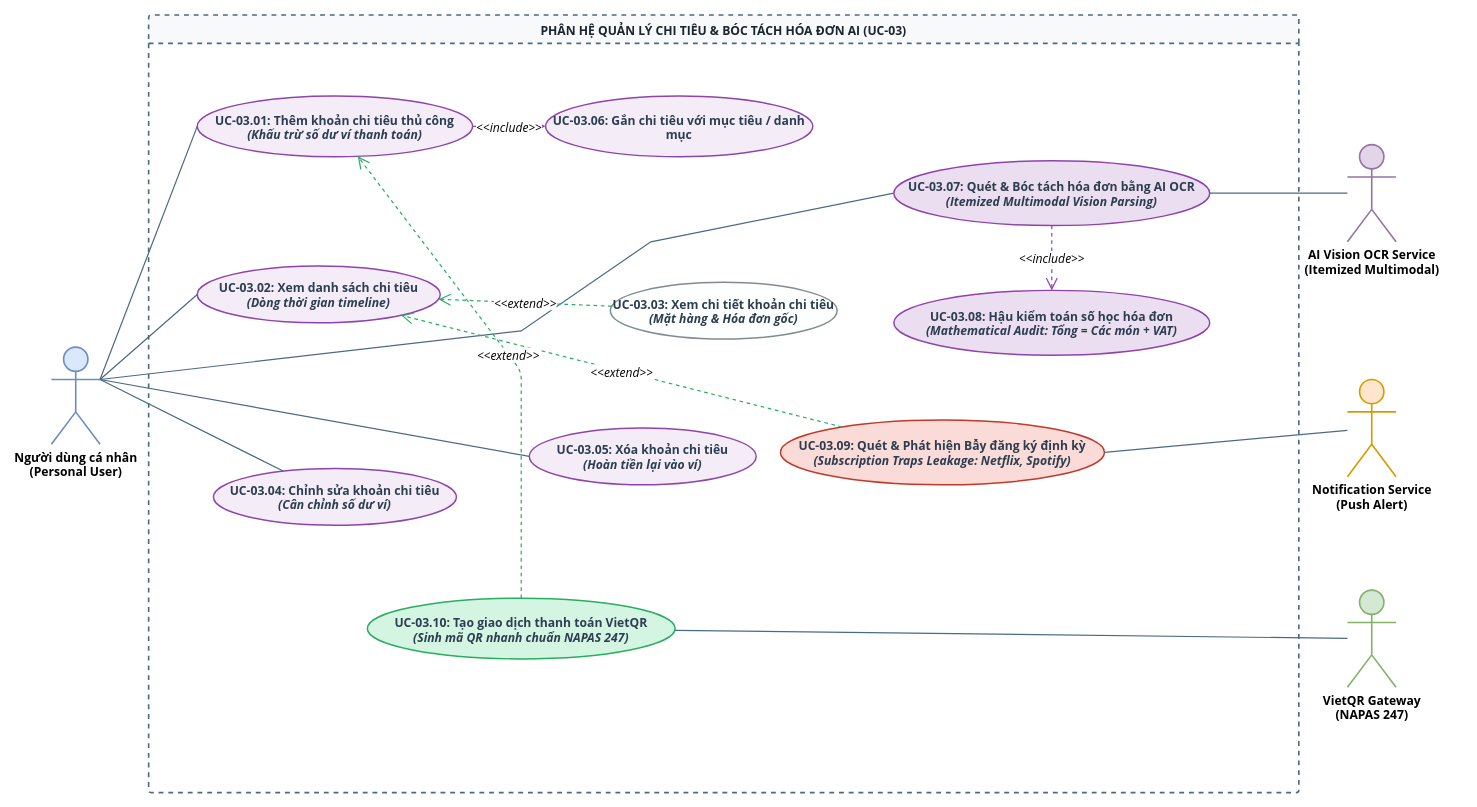
Above: page "UCD 03 - Chi Tiêu & OCR" (4 of 10) of files/UCD-DuoNoPro.drawio in Datgh37/analyze-system-subject (draw.io), before the change. Source tidied: cells renumbered, new cells numbered last; positions are measured from the earlier drawing's top-left corner, leaving out a move shared by most shapes. Both pictures are drawn from the tidied source at 81%, with x=0, y=0 at pixel (51, 15).
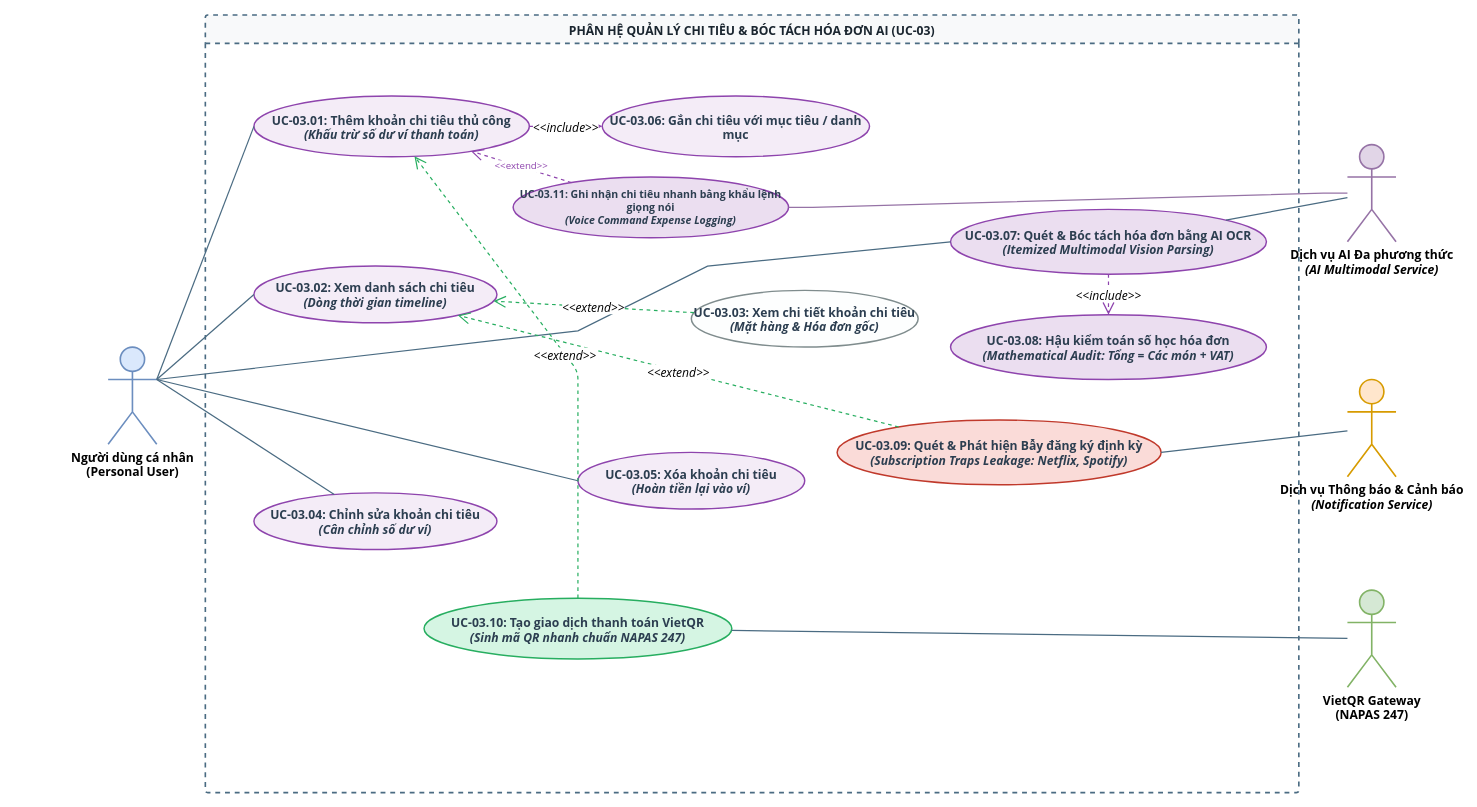
The same page after the edit.

The change refers to these unchanged cells:
```xml
<mxCell id="7" value="&lt;b&gt;UC-03.01:&lt;/b&gt; Thêm khoản chi tiêu thủ công&lt;br&gt;&lt;i&gt;(Khấu trừ số dư ví thanh toán)&lt;/i&gt;" style="ellipse;whiteSpace=wrap;html=1;fillColor=#f4ecf7;strokeColor=#8e44ad;strokeWidth=1.8;fontFamily=Segoe UI, Arial, sans-serif;fontSize=15;fontStyle=1;fontColor=#2c3e50;" parent="6" vertex="1">
  <mxGeometry x="60" y="100" width="340" height="75" as="geometry" />
</mxCell>
<mxCell id="16" value="&lt;b&gt;UC-03.10:&lt;/b&gt; Tạo giao dịch thanh toán VietQR&lt;br&gt;&lt;i&gt;(Sinh mã QR nhanh chuẩn NAPAS 247)&lt;/i&gt;" style="ellipse;whiteSpace=wrap;html=1;fillColor=#d5f5e3;strokeColor=#27ae60;strokeWidth=1.8;fontFamily=Segoe UI, Arial, sans-serif;fontSize=15;fontStyle=1;fontColor=#2c3e50;" parent="6" vertex="1">
  <mxGeometry x="270" y="720" width="380" height="75" as="geometry" />
</mxCell>
```

What changed in the source:
```diff
@@
     <mxCell id="2" value="&lt;b&gt;Người dùng cá nhân&lt;/b&gt;&lt;br&gt;(Personal User)" style="shape=umlActor;verticalLabelPosition=bottom;verticalAlign=top;html=1;outlineConnect=0;fillColor=#dae8fc;strokeColor=#6c8ebf;strokeWidth=2;fontFamily=Segoe UI, Arial, sans-serif;fontSize=15;fontStyle=1;" parent="1" vertex="1">
-      <mxGeometry y="410" width="60" height="120" as="geometry" />
+      <mxGeometry x="70" y="410" width="60" height="120" as="geometry" />
     </mxCell>
-    <mxCell id="3" value="&lt;b&gt;AI Vision OCR Service&lt;/b&gt;&lt;br&gt;(Itemized Multimodal)" style="shape=umlActor;verticalLabelPosition=bottom;verticalAlign=top;html=1;outlineConnect=0;fillColor=#e1d5e7;strokeColor=#9673a6;strokeWidth=2;fontFamily=Segoe UI, Arial, sans-serif;fontSize=15;fontStyle=1;" parent="1" vertex="1">
+    <mxCell id="3" value="&lt;b&gt;Dịch vụ AI Đa phương thức&lt;/b&gt;&lt;br&gt;&lt;i&gt;(AI Multimodal Service)&lt;/i&gt;" style="shape=umlActor;verticalLabelPosition=bottom;verticalAlign=top;html=1;outlineConnect=0;fillColor=#e1d5e7;strokeColor=#9673a6;strokeWidth=2;fontFamily=Segoe UI, Arial, sans-serif;fontSize=15;fontStyle=1;" parent="1" vertex="1">
       <mxGeometry x="1600" y="160" width="60" height="120" as="geometry" />
     </mxCell>
-    <mxCell id="4" value="&lt;b&gt;Notification Service&lt;/b&gt;&lt;br&gt;(Push Alert)" style="shape=umlActor;verticalLabelPosition=bottom;verticalAlign=top;html=1;outlineConnect=0;fillColor=#ffe6cc;strokeColor=#d79b00;strokeWidth=2;fontFamily=Segoe UI, Arial, sans-serif;fontSize=15;fontStyle=1;" parent="1" vertex="1">
+    <mxCell id="4" value="&lt;b&gt;Dịch vụ Thông báo &amp;amp; Cảnh báo&lt;/b&gt;&lt;br&gt;&lt;i&gt;(Notification Service)&lt;/i&gt;" style="shape=umlActor;verticalLabelPosition=bottom;verticalAlign=top;html=1;outlineConnect=0;fillColor=#ffe6cc;strokeColor=#d79b00;strokeWidth=2;fontFamily=Segoe UI, Arial, sans-serif;fontSize=15;fontStyle=1;" parent="1" vertex="1">
       <mxGeometry x="1600" y="450" width="60" height="120" as="geometry" />
     </mxCell>
@@
     <mxCell id="6" value="PHÂN HỆ QUẢN LÝ CHI TIÊU &amp;amp; BÓC TÁCH HÓA ĐƠN AI (UC-03)" style="swimlane;whiteSpace=wrap;html=1;rounded=1;arcSize=3;fontFamily=Segoe UI, Arial, sans-serif;fontSize=15;fontStyle=1;startSize=35;fillColor=#f8f9fa;fontColor=#1a252f;strokeColor=#4a6b82;strokeWidth=2;dashed=1;" parent="1" vertex="1">
-      <mxGeometry x="120" width="1420" height="960" as="geometry" />
+      <mxGeometry x="190" width="1350" height="960" as="geometry" />
     </mxCell>
@@
     <mxCell id="9" value="&lt;b&gt;UC-03.07:&lt;/b&gt; Quét &amp;amp; Bóc tách hóa đơn bằng AI OCR&lt;br&gt;&lt;i&gt;(Itemized Multimodal Vision Parsing)&lt;/i&gt;" style="ellipse;whiteSpace=wrap;html=1;fillColor=#ebdef0;strokeColor=#8e44ad;strokeWidth=1.8;fontFamily=Segoe UI, Arial, sans-serif;fontSize=15;fontStyle=1;fontColor=#2c3e50;" parent="6" vertex="1">
-      <mxGeometry x="920" y="180" width="390" height="80" as="geometry" />
+      <mxGeometry x="920" y="240" width="390" height="80" as="geometry" />
     </mxCell>
     <mxCell id="10" value="&lt;b&gt;UC-03.08:&lt;/b&gt; Hậu kiểm toán số học hóa đơn&lt;br&gt;&lt;i&gt;(Mathematical Audit: Tổng = Các món + VAT)&lt;/i&gt;" style="ellipse;whiteSpace=wrap;html=1;fillColor=#ebdef0;strokeColor=#8e44ad;strokeWidth=1.8;fontFamily=Segoe UI, Arial, sans-serif;fontSize=15;fontStyle=1;fontColor=#2c3e50;" parent="6" vertex="1">
-      <mxGeometry x="920" y="340" width="390" height="80" as="geometry" />
+      <mxGeometry x="920" y="370" width="390" height="80" as="geometry" />
     </mxCell>
@@
     <mxCell id="12" value="&lt;b&gt;UC-03.03:&lt;/b&gt; Xem chi tiết khoản chi tiêu&lt;br&gt;&lt;i&gt;(Mặt hàng &amp;amp; Hóa đơn gốc)&lt;/i&gt;" style="ellipse;whiteSpace=wrap;html=1;fillColor=#fdfefe;strokeColor=#7f8c8d;strokeWidth=1.8;fontFamily=Segoe UI, Arial, sans-serif;fontSize=15;fontStyle=1;fontColor=#2c3e50;" parent="6" vertex="1">
-      <mxGeometry x="570" y="330" width="280" height="70" as="geometry" />
+      <mxGeometry x="600" y="340" width="280" height="70" as="geometry" />
     </mxCell>
     <mxCell id="13" value="&lt;b&gt;UC-03.04:&lt;/b&gt; Chỉnh sửa khoản chi tiêu&lt;br&gt;&lt;i&gt;(Cân chỉnh số dư ví)&lt;/i&gt;" style="ellipse;whiteSpace=wrap;html=1;fillColor=#f4ecf7;strokeColor=#8e44ad;strokeWidth=1.8;fontFamily=Segoe UI, Arial, sans-serif;fontSize=15;fontStyle=1;fontColor=#2c3e50;" parent="6" vertex="1">
-      <mxGeometry x="80" y="560" width="300" height="70" as="geometry" />
+      <mxGeometry x="60" y="590" width="300" height="70" as="geometry" />
     </mxCell>
     <mxCell id="14" value="&lt;b&gt;UC-03.05:&lt;/b&gt; Xóa khoản chi tiêu&lt;br&gt;&lt;i&gt;(Hoàn tiền lại vào ví)&lt;/i&gt;" style="ellipse;whiteSpace=wrap;html=1;fillColor=#f4ecf7;strokeColor=#8e44ad;strokeWidth=1.8;fontFamily=Segoe UI, Arial, sans-serif;fontSize=15;fontStyle=1;fontColor=#2c3e50;" parent="6" vertex="1">
-      <mxGeometry x="470" y="510" width="280" height="70" as="geometry" />
+      <mxGeometry x="460" y="540" width="280" height="70" as="geometry" />
     </mxCell>
@@
+    <mxCell id="30" value="&lt;b&gt;UC-03.11:&lt;/b&gt; Ghi nhận chi tiêu nhanh bằng khẩu lệnh giọng nói&lt;br&gt;&lt;i&gt;(Voice Command Expense Logging)&lt;/i&gt;" style="ellipse;whiteSpace=wrap;html=1;fillColor=#ebdef0;strokeColor=#8e44ad;strokeWidth=1.8;fontFamily=Segoe UI, Arial, sans-serif;fontSize=13;fontStyle=1;fontColor=#2c3e50;" parent="6" vertex="1">
+      <mxGeometry x="380" y="200" width="340" height="75" as="geometry" />
+    </mxCell>
@@
     <mxCell id="21" style="endArrow=none;html=1;strokeWidth=1.5;rounded=0;strokeColor=#4a6b82;exitX=1;exitY=0.3333333333333333;exitDx=0;exitDy=0;exitPerimeter=0;entryX=0;entryY=0.5;entryDx=0;entryDy=0;fontSize=15;" parent="1" edge="1" source="2" target="9">
-      <mxGeometry relative="1" as="geometry">
+      <mxGeometry x="0.01" relative="1" as="geometry">
         <Array as="points">
-          <mxPoint x="580" y="390" />
-          <mxPoint x="740" y="280" />
+          <mxPoint x="650" y="390" />
+          <mxPoint x="810" y="310" />
         </Array>
       </mxGeometry>
     </mxCell>
@@
     <mxCell id="26" value="&amp;lt;&amp;lt;extend&amp;gt;&amp;gt;" style="endArrow=open;endSize=12;dashed=1;html=1;strokeWidth=1.5;strokeColor=#27ae60;fontFamily=Segoe UI, Arial, sans-serif;fontSize=15;fontStyle=2;" parent="1" edge="1" source="16" target="7">
       <mxGeometry relative="1" as="geometry">
         <Array as="points">
-          <mxPoint x="580" y="440" />
+          <mxPoint x="650" y="440" />
         </Array>
       </mxGeometry>
     </mxCell>
@@
+    <mxCell id="31" value="&amp;lt;&amp;lt;extend&amp;gt;&amp;gt;" style="endArrow=open;endSize=12;dashed=1;html=1;strokeWidth=1.5;strokeColor=#8e44ad;fontFamily=Segoe UI, Arial, sans-serif;fontSize=12;fontColor=#8e44ad;" parent="1" edge="1" source="30" target="7">
+      <mxGeometry relative="1" as="geometry" />
+    </mxCell>
+    <mxCell id="32" style="endArrow=none;html=1;strokeColor=#9673a6;strokeWidth=1.5;edgeStyle=entityRelationEdgeStyle;rounded=0;" parent="1" edge="1" source="30" target="3">
+      <mxGeometry relative="1" as="geometry" />
+    </mxCell>
```
